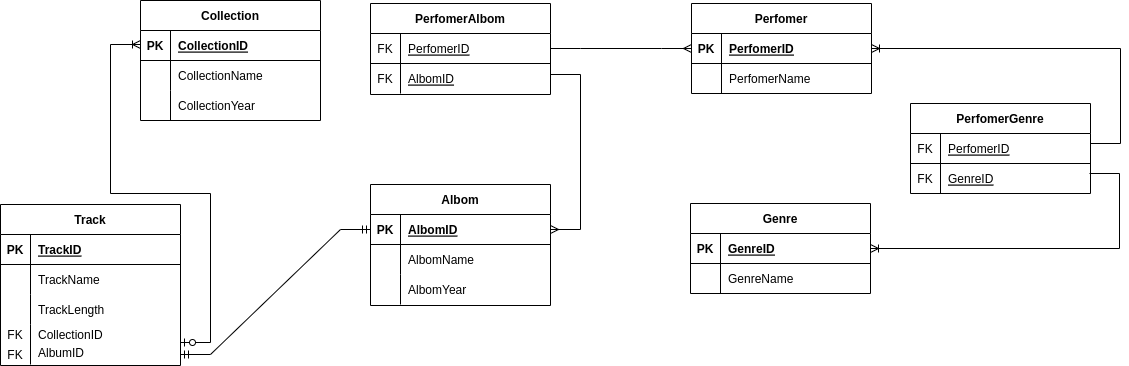
The draw.io diagram Task2.drawio.png in nik-mol/DB_Task2, before a commit. Source tidied: cells renumbered, new cells last; positions are measured from the earlier drawing's top-left corner, leaving out a move shared by most shapes.
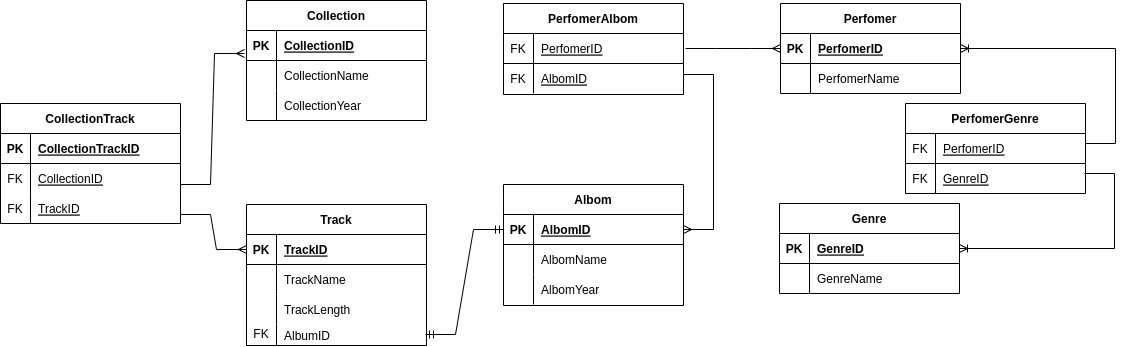
After the change.

What changed in the source:
```diff
@@ -3,7 +3,7 @@
     <mxCell id="0" />
     <mxCell id="1" parent="0" />
     <mxCell id="2" value="Track" style="shape=table;startSize=30;rowLines=0;fontStyle=1;align=center;" parent="1" vertex="1">
-      <mxGeometry y="204" width="180" height="161" as="geometry" />
+      <mxGeometry x="251" y="204" width="180" height="141" as="geometry" />
     </mxCell>
     <mxCell id="3" style="shape=tableRow;horizontal=0;startSize=0;swimlaneHead=0;swimlaneBody=0;fillColor=none;points=[[0,0.5],[1,0.5]];portConstraint=eastwest;top=0;left=0;right=0;bottom=1;" parent="2" vertex="1">
       <mxGeometry y="30" width="180" height="30" as="geometry" />
@@ -32,17 +32,8 @@
     <mxCell id="11" value="TrackLength" style="shape=partialRectangle;fillColor=none;top=0;left=0;bottom=0;right=0;align=left;spacingLeft=6;overflow=hidden;" parent="9" vertex="1">
       <mxGeometry x="30" width="150" height="30" as="geometry" />
     </mxCell>
-    <mxCell id="12" style="shape=tableRow;horizontal=0;startSize=0;swimlaneHead=0;swimlaneBody=0;fillColor=none;top=0;left=0;right=0;bottom=0;" parent="2" vertex="1">
-      <mxGeometry y="120" width="180" height="20" as="geometry" />
-    </mxCell>
-    <mxCell id="13" value="FK" style="shape=partialRectangle;fillColor=none;top=0;left=0;bottom=0;right=0;overflow=hidden;" parent="12" vertex="1">
-      <mxGeometry width="30" height="20" as="geometry" />
-    </mxCell>
-    <mxCell id="14" value="CollectionID" style="shape=partialRectangle;fillColor=none;top=0;left=0;bottom=0;right=0;align=left;spacingLeft=6;overflow=hidden;" parent="12" vertex="1">
-      <mxGeometry x="30" width="150" height="20" as="geometry" />
-    </mxCell>
     <mxCell id="15" value="Albom" style="shape=table;startSize=30;rowLines=0;fontStyle=1;align=center;" parent="1" vertex="1">
-      <mxGeometry x="370" y="184" width="180" height="121" as="geometry" />
+      <mxGeometry x="508" y="184" width="180" height="121" as="geometry" />
     </mxCell>
     <mxCell id="16" style="shape=tableRow;horizontal=0;startSize=0;swimlaneHead=0;swimlaneBody=0;fillColor=none;points=[[0,0.5],[1,0.5]];portConstraint=eastwest;top=0;left=0;right=0;bottom=1;" parent="15" vertex="1">
       <mxGeometry y="30" width="180" height="30" as="geometry" />
@@ -72,7 +63,7 @@
       <mxGeometry x="30" width="150" height="30" as="geometry" />
     </mxCell>
     <mxCell id="25" value="Perfomer" style="shape=table;startSize=30;rowLines=0;fontStyle=1;align=center;" parent="1" vertex="1">
-      <mxGeometry x="691" y="3" width="180" height="90" as="geometry" />
+      <mxGeometry x="785" y="3" width="180" height="90" as="geometry" />
     </mxCell>
     <mxCell id="26" style="shape=tableRow;horizontal=0;startSize=0;swimlaneHead=0;swimlaneBody=0;fillColor=none;points=[[0,0.5],[1,0.5]];portConstraint=eastwest;top=0;left=0;right=0;bottom=1;" parent="25" vertex="1">
       <mxGeometry y="30" width="180" height="30" as="geometry" />
@@ -93,7 +84,7 @@
       <mxGeometry x="30" width="150" height="30" as="geometry" />
     </mxCell>
     <mxCell id="32" value="Genre" style="shape=table;startSize=30;rowLines=0;fontStyle=1;align=center;" parent="1" vertex="1">
-      <mxGeometry x="690" y="203" width="180" height="90" as="geometry" />
+      <mxGeometry x="784" y="203" width="180" height="90" as="geometry" />
     </mxCell>
     <mxCell id="33" style="shape=tableRow;horizontal=0;startSize=0;swimlaneHead=0;swimlaneBody=0;fillColor=none;points=[[0,0.5],[1,0.5]];portConstraint=eastwest;top=0;left=0;right=0;bottom=1;" parent="32" vertex="1">
       <mxGeometry y="30" width="180" height="30" as="geometry" />
@@ -157,7 +148,7 @@
       <mxGeometry x="910" y="163" width="30" height="30" as="geometry" />
     </mxCell>
     <mxCell id="52" value="PerfomerAlbom" style="shape=table;startSize=30;rowLines=0;fontStyle=1;align=center;" parent="1" vertex="1">
-      <mxGeometry x="370" y="3" width="180" height="91" as="geometry" />
+      <mxGeometry x="508" y="3" width="180" height="91" as="geometry" />
     </mxCell>
     <mxCell id="53" style="shape=tableRow;horizontal=0;startSize=0;swimlaneHead=0;swimlaneBody=0;fillColor=none;top=0;left=0;right=0;bottom=1;" parent="52" vertex="1">
       <mxGeometry y="30" width="180" height="30" as="geometry" />
@@ -178,34 +169,34 @@
       <mxGeometry x="30" width="150" height="30" as="geometry" />
     </mxCell>
     <mxCell id="59" value="PerfomerID" style="shape=partialRectangle;fillColor=none;top=0;left=0;bottom=0;right=0;align=left;spacingLeft=6;fontStyle=4;overflow=hidden;" parent="1" vertex="1">
-      <mxGeometry x="400" y="33" width="150" height="30" as="geometry" />
+      <mxGeometry x="538" y="33" width="150" height="30" as="geometry" />
     </mxCell>
     <mxCell id="60" value="FK" style="shape=partialRectangle;fillColor=none;top=0;left=0;bottom=0;right=0;overflow=hidden;" parent="1" vertex="1">
-      <mxGeometry x="370" y="33" width="30" height="30" as="geometry" />
+      <mxGeometry x="508" y="33" width="30" height="30" as="geometry" />
     </mxCell>
     <mxCell id="61" value="AlbomID" style="shape=partialRectangle;fillColor=none;top=0;left=0;bottom=0;right=0;align=left;spacingLeft=6;fontStyle=4;overflow=hidden;" parent="1" vertex="1">
-      <mxGeometry x="400" y="63" width="150" height="30" as="geometry" />
+      <mxGeometry x="538" y="63" width="150" height="30" as="geometry" />
     </mxCell>
     <mxCell id="62" value="FK" style="shape=partialRectangle;fillColor=none;top=0;left=0;bottom=0;right=0;overflow=hidden;" parent="1" vertex="1">
-      <mxGeometry x="370" y="63" width="30" height="30" as="geometry" />
+      <mxGeometry x="508" y="63" width="30" height="30" as="geometry" />
     </mxCell>
     <mxCell id="63" style="edgeStyle=entityRelationEdgeStyle;fontSize=12;html=1;endArrow=ERmany;rounded=0;entryX=0;entryY=0.5;entryDx=0;entryDy=0;" parent="1" edge="1" target="26">
       <mxGeometry relative="1" as="geometry">
-        <mxPoint x="550" y="48" as="sourcePoint" />
+        <mxPoint x="690" y="48" as="sourcePoint" />
       </mxGeometry>
     </mxCell>
     <mxCell id="64" style="edgeStyle=entityRelationEdgeStyle;fontSize=12;html=1;endArrow=ERmany;rounded=0;entryX=1;entryY=0.5;entryDx=0;entryDy=0;" parent="1" edge="1" target="16">
       <mxGeometry relative="1" as="geometry">
-        <mxPoint x="550" y="74" as="sourcePoint" />
+        <mxPoint x="688" y="74" as="sourcePoint" />
       </mxGeometry>
     </mxCell>
     <mxCell id="65" style="edgeStyle=entityRelationEdgeStyle;fontSize=12;html=1;endArrow=ERmandOne;startArrow=ERmandOne;rounded=0;entryX=0;entryY=0.5;entryDx=0;entryDy=0;" parent="1" edge="1" target="16">
       <mxGeometry relative="1" as="geometry">
-        <mxPoint x="180" y="354" as="sourcePoint" />
+        <mxPoint x="430" y="334" as="sourcePoint" />
       </mxGeometry>
     </mxCell>
     <mxCell id="66" value="Collection" style="shape=table;startSize=30;rowLines=0;fontStyle=1;align=center;" parent="1" vertex="1">
-      <mxGeometry x="140" width="180" height="120" as="geometry" />
+      <mxGeometry x="251" width="180" height="120" as="geometry" />
     </mxCell>
     <mxCell id="67" style="shape=tableRow;horizontal=0;startSize=0;swimlaneHead=0;swimlaneBody=0;fillColor=none;points=[[0,0.5],[1,0.5]];portConstraint=eastwest;top=0;left=0;right=0;bottom=1;" parent="66" vertex="1">
       <mxGeometry y="30" width="180" height="30" as="geometry" />
@@ -236,21 +227,67 @@
     </mxCell>
     <mxCell id="76" style="endArrow=none;html=1;rounded=0;" parent="1" edge="1">
       <mxGeometry relative="1" as="geometry">
-        <mxPoint x="30" y="364" as="sourcePoint" />
-        <mxPoint x="30" y="343" as="targetPoint" />
+        <mxPoint x="281" y="345" as="sourcePoint" />
+        <mxPoint x="281" y="324" as="targetPoint" />
       </mxGeometry>
     </mxCell>
     <mxCell id="77" value="FK" style="shape=partialRectangle;fillColor=none;top=0;left=0;bottom=0;right=0;overflow=hidden;" parent="1" vertex="1">
-      <mxGeometry y="344" width="30" height="20" as="geometry" />
+      <mxGeometry x="251" y="323" width="30" height="20" as="geometry" />
     </mxCell>
     <mxCell id="78" value="AlbumID" style="shape=partialRectangle;fillColor=none;top=0;left=0;bottom=0;right=0;align=left;spacingLeft=6;overflow=hidden;" parent="1" vertex="1">
-      <mxGeometry x="30" y="342" width="150" height="20" as="geometry" />
+      <mxGeometry x="281" y="325" width="150" height="20" as="geometry" />
     </mxCell>
-    <mxCell id="79" style="edgeStyle=entityRelationEdgeStyle;fontSize=12;html=1;endArrow=ERoneToMany;startArrow=ERzeroToOne;rounded=0;" parent="1" edge="1">
-      <mxGeometry relative="1" as="geometry">
-        <mxPoint x="180" y="342" as="sourcePoint" />
-        <mxPoint x="140" y="44" as="targetPoint" />
-      </mxGeometry>
-    </mxCell>
+    <mxCell id="80" value="CollectionTrack" style="shape=table;startSize=30;rowLines=0;fontStyle=1;align=center;" parent="1" vertex="1">
+      <mxGeometry x="5" y="103" width="180" height="120" as="geometry" />
+    </mxCell>
+    <mxCell id="81" style="shape=tableRow;horizontal=0;startSize=0;swimlaneHead=0;swimlaneBody=0;fillColor=none;top=0;left=0;right=0;bottom=1;" parent="80" vertex="1">
+      <mxGeometry y="30" width="180" height="30" as="geometry" />
+    </mxCell>
+    <mxCell id="82" value="PK" style="shape=partialRectangle;fillColor=none;top=0;left=0;bottom=0;right=0;fontStyle=1;overflow=hidden;" parent="81" vertex="1">
+      <mxGeometry width="30" height="30" as="geometry" />
+    </mxCell>
+    <mxCell id="83" value="CollectionTrackID" style="shape=partialRectangle;fillColor=none;top=0;left=0;bottom=0;right=0;align=left;spacingLeft=6;fontStyle=5;overflow=hidden;" parent="81" vertex="1">
+      <mxGeometry x="30" width="150" height="30" as="geometry" />
+    </mxCell>
+    <mxCell id="84" style="shape=tableRow;horizontal=0;startSize=0;swimlaneHead=0;swimlaneBody=0;fillColor=none;top=0;left=0;right=0;bottom=0;" parent="80" vertex="1">
+      <mxGeometry y="60" width="180" height="30" as="geometry" />
+    </mxCell>
+    <mxCell id="85" style="shape=partialRectangle;fillColor=none;top=0;left=0;bottom=0;right=0;overflow=hidden;" parent="84" vertex="1">
+      <mxGeometry width="30" height="30" as="geometry" />
+    </mxCell>
+    <mxCell id="86" style="shape=partialRectangle;fillColor=none;top=0;left=0;bottom=0;right=0;align=left;spacingLeft=6;overflow=hidden;" parent="84" vertex="1">
+      <mxGeometry x="30" width="150" height="30" as="geometry" />
+    </mxCell>
+    <mxCell id="87" style="shape=tableRow;horizontal=0;startSize=0;swimlaneHead=0;swimlaneBody=0;fillColor=none;top=0;left=0;right=0;bottom=0;" parent="80" vertex="1">
+      <mxGeometry y="90" width="180" height="30" as="geometry" />
+    </mxCell>
+    <mxCell id="88" style="shape=partialRectangle;fillColor=none;top=0;left=0;bottom=0;right=0;overflow=hidden;" parent="87" vertex="1">
+      <mxGeometry width="30" height="30" as="geometry" />
+    </mxCell>
+    <mxCell id="89" style="shape=partialRectangle;fillColor=none;top=0;left=0;bottom=0;right=0;align=left;spacingLeft=6;overflow=hidden;" parent="87" vertex="1">
+      <mxGeometry x="30" width="150" height="30" as="geometry" />
+    </mxCell>
+    <mxCell id="14" value="CollectionID" style="shape=partialRectangle;fillColor=none;top=0;left=0;bottom=0;right=0;align=left;spacingLeft=6;fontStyle=4;overflow=hidden;" parent="1" vertex="1">
+      <mxGeometry x="35" y="163" width="150" height="30" as="geometry" />
+    </mxCell>
+    <mxCell id="90" value="TrackID" style="shape=partialRectangle;fillColor=none;top=0;left=0;bottom=0;right=0;align=left;spacingLeft=6;fontStyle=4;overflow=hidden;" parent="1" vertex="1">
+      <mxGeometry x="35" y="193" width="150" height="30" as="geometry" />
+    </mxCell>
+    <mxCell id="91" value="FK" style="shape=partialRectangle;fillColor=none;top=0;left=0;bottom=0;right=0;overflow=hidden;" parent="1" vertex="1">
+      <mxGeometry x="5" y="163" width="30" height="30" as="geometry" />
+    </mxCell>
+    <mxCell id="92" value="FK" style="shape=partialRectangle;fillColor=none;top=0;left=0;bottom=0;right=0;overflow=hidden;" parent="1" vertex="1">
+      <mxGeometry x="5" y="193" width="30" height="30" as="geometry" />
+    </mxCell>
+    <mxCell id="93" style="edgeStyle=entityRelationEdgeStyle;fontSize=12;html=1;endArrow=ERmany;rounded=0;entryX=-0.011;entryY=0.767;entryDx=0;entryDy=0;entryPerimeter=0;" parent="1" edge="1" target="67">
+      <mxGeometry relative="1" as="geometry">
+        <mxPoint x="185" y="184" as="sourcePoint" />
+      </mxGeometry>
+    </mxCell>
+    <mxCell id="94" style="edgeStyle=entityRelationEdgeStyle;fontSize=12;html=1;endArrow=ERmany;rounded=0;entryX=0;entryY=0.5;entryDx=0;entryDy=0;" parent="1" edge="1" target="3">
+      <mxGeometry relative="1" as="geometry">
+        <mxPoint x="185" y="214" as="sourcePoint" />
+      </mxGeometry>
+    </mxCell>
   </root>
 </mxGraphModel>
```
